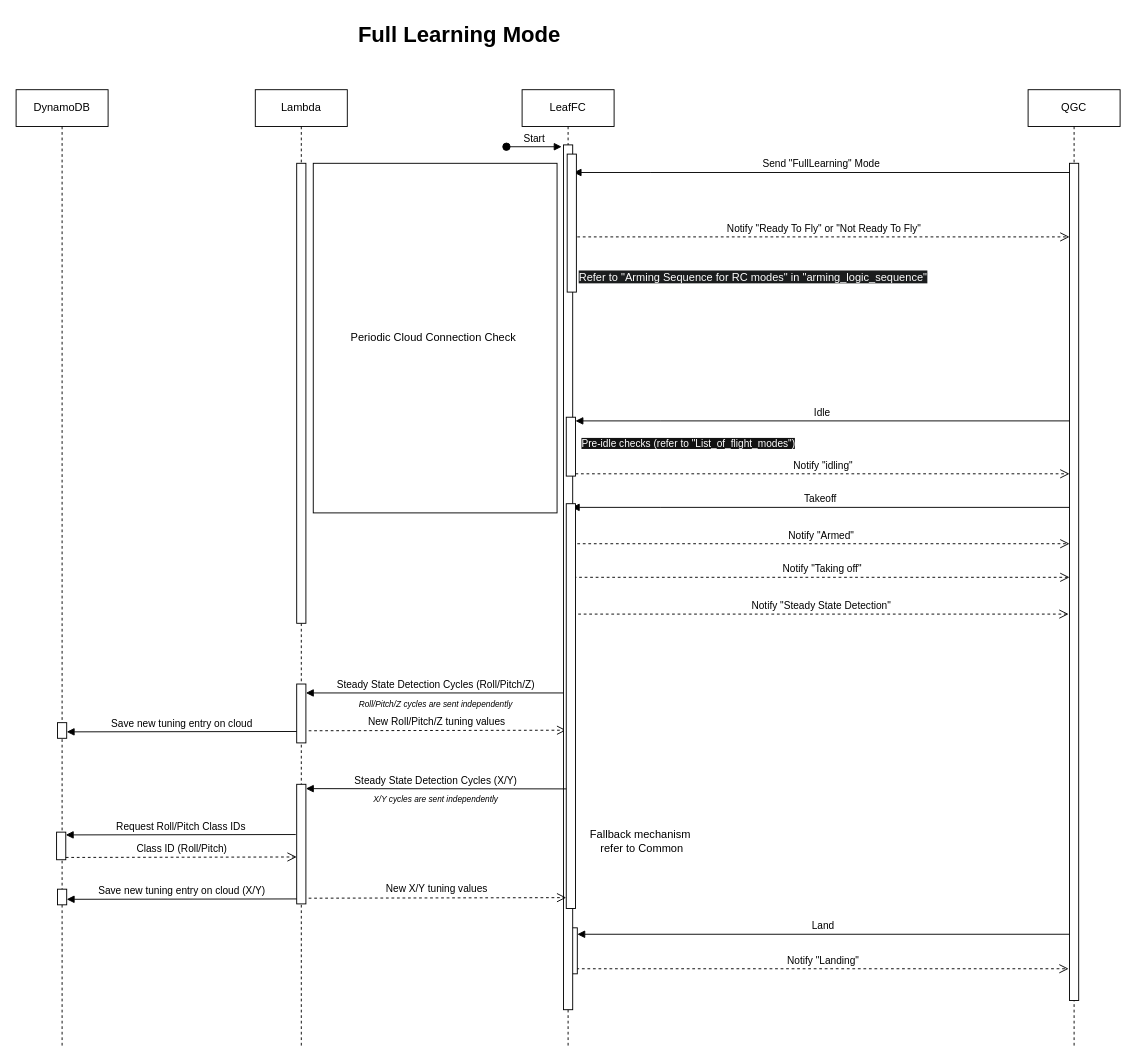
DroneLeaf/HEAR_wiki keeps this draw.io diagram as Guide/HEAR Software/Flight Modes/Modes Sequence Diagrams/Full learning mode.drawio. Above is the earlier version. Source tidied: cells renumbered, new cells numbered last; positions are measured from the earlier drawing's top-left corner, leaving out a move shared by most shapes. Both pictures are drawn from the tidied source at 92%, with x=0, y=0 at pixel (-45, 16).
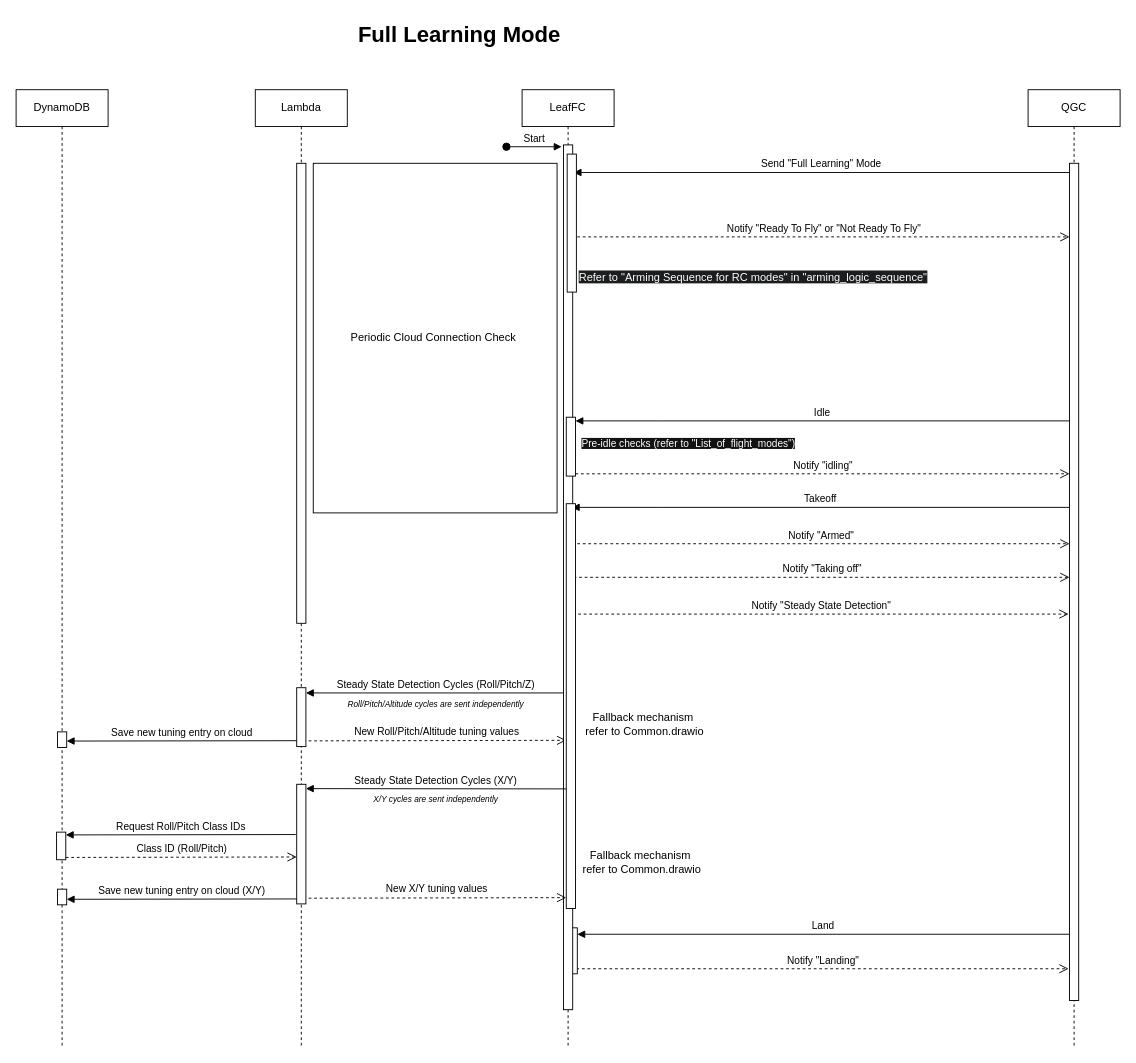
After the change.

Commit message (it also covers changes not shown here):
Updated Behaviour Matrix Updated full learning mode Updated x-y-altitude selective learning as per the updates on behaviour matrix (flight modes matrix)

Unchanged cells that the change refers to:
```xml
<mxCell id="13" value="Lambda" style="shape=umlLifeline;perimeter=lifelinePerimeter;whiteSpace=wrap;html=1;newEdgeStyle={&quot;edgeStyle&quot;:&quot;elbowEdgeStyle&quot;,&quot;elbow&quot;:&quot;vertical&quot;,&quot;curved&quot;:0,&quot;rounded&quot;:0};" parent="1" vertex="1">
  <mxGeometry x="326" y="80" width="100" height="1040" as="geometry" />
</mxCell>
```

Diff of the diagram source:
```diff
@@
-    <mxCell id="9" value="Send &quot;FullLearning&quot; Mode" style="html=1;verticalAlign=bottom;endArrow=block;edgeStyle=elbowEdgeStyle;elbow=horizontal;curved=0;rounded=0;" parent="1" edge="1">
+    <mxCell id="9" value="Send &quot;Full Learning&quot; Mode" style="html=1;verticalAlign=bottom;endArrow=block;edgeStyle=elbowEdgeStyle;elbow=horizontal;curved=0;rounded=0;" parent="1" edge="1">
       <mxGeometry relative="1" as="geometry">
         <mxPoint x="1211" y="170" as="sourcePoint" />
         <mxPoint x="672" y="170" as="targetPoint" />
         <Array as="points">
           <mxPoint x="756" y="170" />
         </Array>
       </mxGeometry>
     </mxCell>
@@
     <mxCell id="14" style="html=1;perimeter=orthogonalPerimeter;targetShapes=umlLifeline;newEdgeStyle={&quot;edgeStyle&quot;:&quot;elbowEdgeStyle&quot;,&quot;elbow&quot;:&quot;vertical&quot;,&quot;curved&quot;:0,&quot;rounded&quot;:0};" parent="13" vertex="1">
-      <mxGeometry x="45" y="646" width="10" height="64" as="geometry" />
+      <mxGeometry x="45" y="650" width="10" height="64" as="geometry" />
     </mxCell>
@@
-    <mxCell id="19" value="New Roll/Pitch/Z tuning values" style="html=1;verticalAlign=bottom;endArrow=open;dashed=1;endSize=8;edgeStyle=elbowEdgeStyle;elbow=vertical;curved=0;rounded=0;" parent="1" edge="1">
+    <mxCell id="19" value="New Roll/Pitch/Altitude tuning values" style="html=1;verticalAlign=bottom;endArrow=open;dashed=1;endSize=8;edgeStyle=elbowEdgeStyle;elbow=vertical;curved=0;rounded=0;" parent="1" edge="1">
       <mxGeometry relative="1" as="geometry">
-        <mxPoint x="384" y="776.8" as="sourcePoint" />
-        <mxPoint x="664" y="776.2" as="targetPoint" />
+        <mxPoint x="384" y="787.8" as="sourcePoint" />
+        <mxPoint x="664" y="787.2" as="targetPoint" />
         <Array as="points">
-          <mxPoint x="264" y="776.2" />
+          <mxPoint x="264" y="787.2" />
         </Array>
       </mxGeometry>
     </mxCell>
     <mxCell id="20" value="Save new tuning entry on cloud" style="html=1;verticalAlign=bottom;endArrow=block;edgeStyle=elbowEdgeStyle;elbow=vertical;curved=0;rounded=0;" parent="1" edge="1" target="21">
       <mxGeometry relative="1" as="geometry">
-        <mxPoint x="371" y="777.6" as="sourcePoint" />
+        <mxPoint x="371" y="787.6" as="sourcePoint" />
       </mxGeometry>
     </mxCell>
     <mxCell id="21" style="html=1;points=[];perimeter=orthogonalPerimeter;outlineConnect=0;targetShapes=umlLifeline;portConstraint=eastwest;newEdgeStyle={&quot;edgeStyle&quot;:&quot;elbowEdgeStyle&quot;,&quot;elbow&quot;:&quot;vertical&quot;,&quot;curved&quot;:0,&quot;rounded&quot;:0};" parent="1" vertex="1">
-      <mxGeometry x="111" y="768" width="10" height="17" as="geometry" />
+      <mxGeometry x="111" y="778" width="10" height="17" as="geometry" />
     </mxCell>
@@
-    <mxCell id="33" value="&lt;i&gt;Roll/Pitch/Z cycles are sent independently&lt;/i&gt;" style="text;html=1;align=center;verticalAlign=middle;strokeColor=none;fillColor=none;fontSize=9;" parent="1" vertex="1">
-      <mxGeometry x="426.5" y="737.5" width="190" height="20" as="geometry" />
+    <mxCell id="33" value="&lt;i&gt;Roll/Pitch/Altitude cycles are sent independently&lt;/i&gt;" style="text;html=1;align=center;verticalAlign=middle;strokeColor=none;fillColor=none;fontSize=9;" parent="1" vertex="1">
+      <mxGeometry x="411.5" y="737.5" width="220" height="20" as="geometry" />
     </mxCell>
@@
-    <mxCell id="43" value="Fallback mechanism&amp;nbsp;&lt;div&gt;refer to Common&lt;/div&gt;" style="text;html=1;align=center;verticalAlign=middle;strokeColor=none;fillColor=none;" parent="1" vertex="1">
-      <mxGeometry x="676" y="877" width="140" height="40" as="geometry" />
+    <mxCell id="43" value="Fallback mechanism&amp;nbsp;&lt;div&gt;refer to Common.drawio&lt;/div&gt;" style="text;html=1;align=center;verticalAlign=middle;strokeColor=none;fillColor=none;" parent="1" vertex="1">
+      <mxGeometry x="671" y="900" width="150" height="40" as="geometry" />
     </mxCell>
+    <mxCell id="44" value="Fallback mechanism&amp;nbsp;&lt;div&gt;refer to Common.drawio&lt;/div&gt;" style="text;html=1;align=center;verticalAlign=middle;strokeColor=none;fillColor=none;" parent="1" vertex="1">
+      <mxGeometry x="674" y="750" width="150" height="40" as="geometry" />
+    </mxCell>
```
